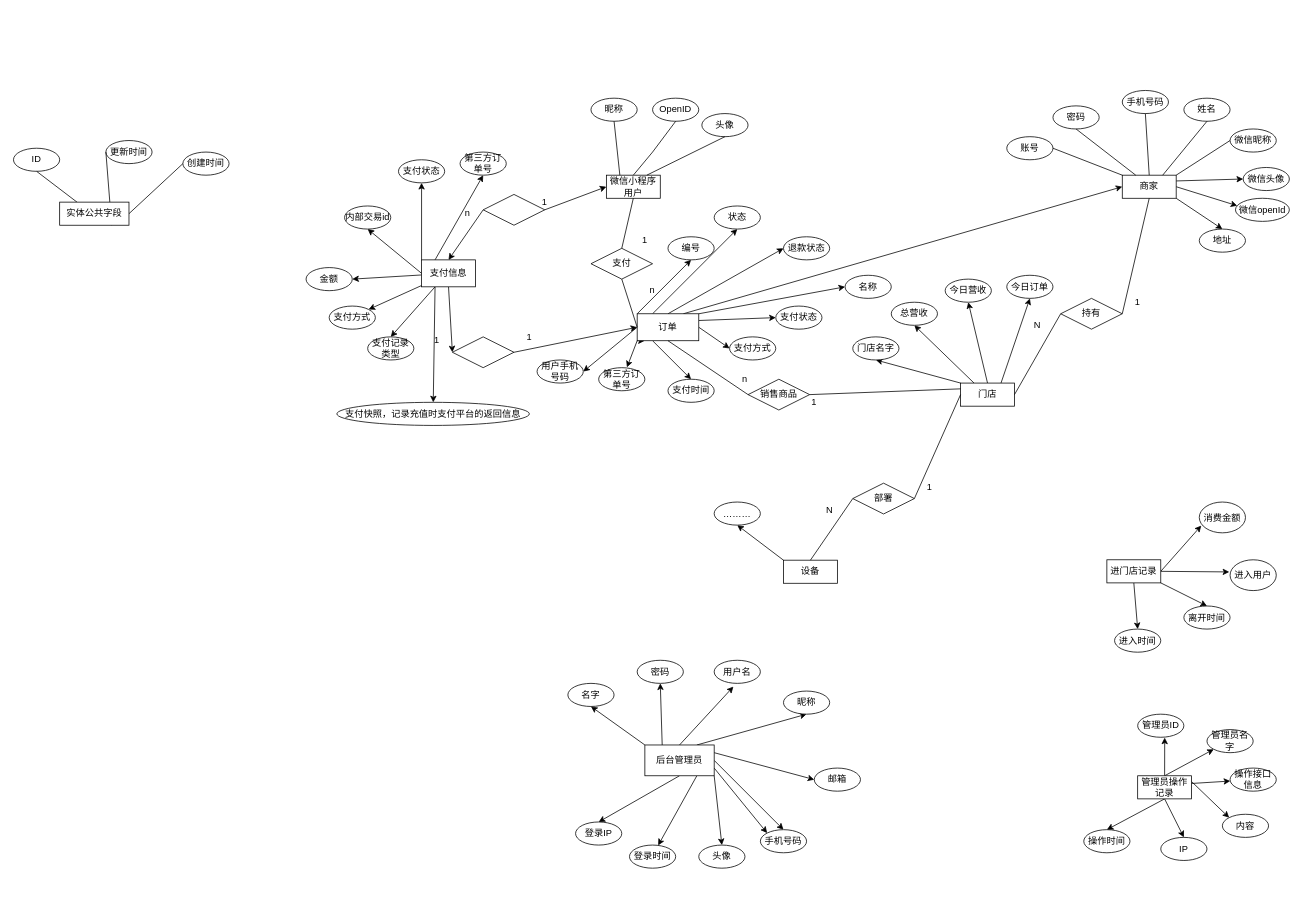
Before: 云值守.drawio in hxb-qwe/yunzhishou, a draw.io diagram. Source tidied: cells renumbered, new cells numbered last; positions are measured from the earlier drawing's top-left corner, leaving out a move shared by most shapes. Both pictures are drawn from the tidied source at 77%, with x=0, y=0 at pixel (13, 90).
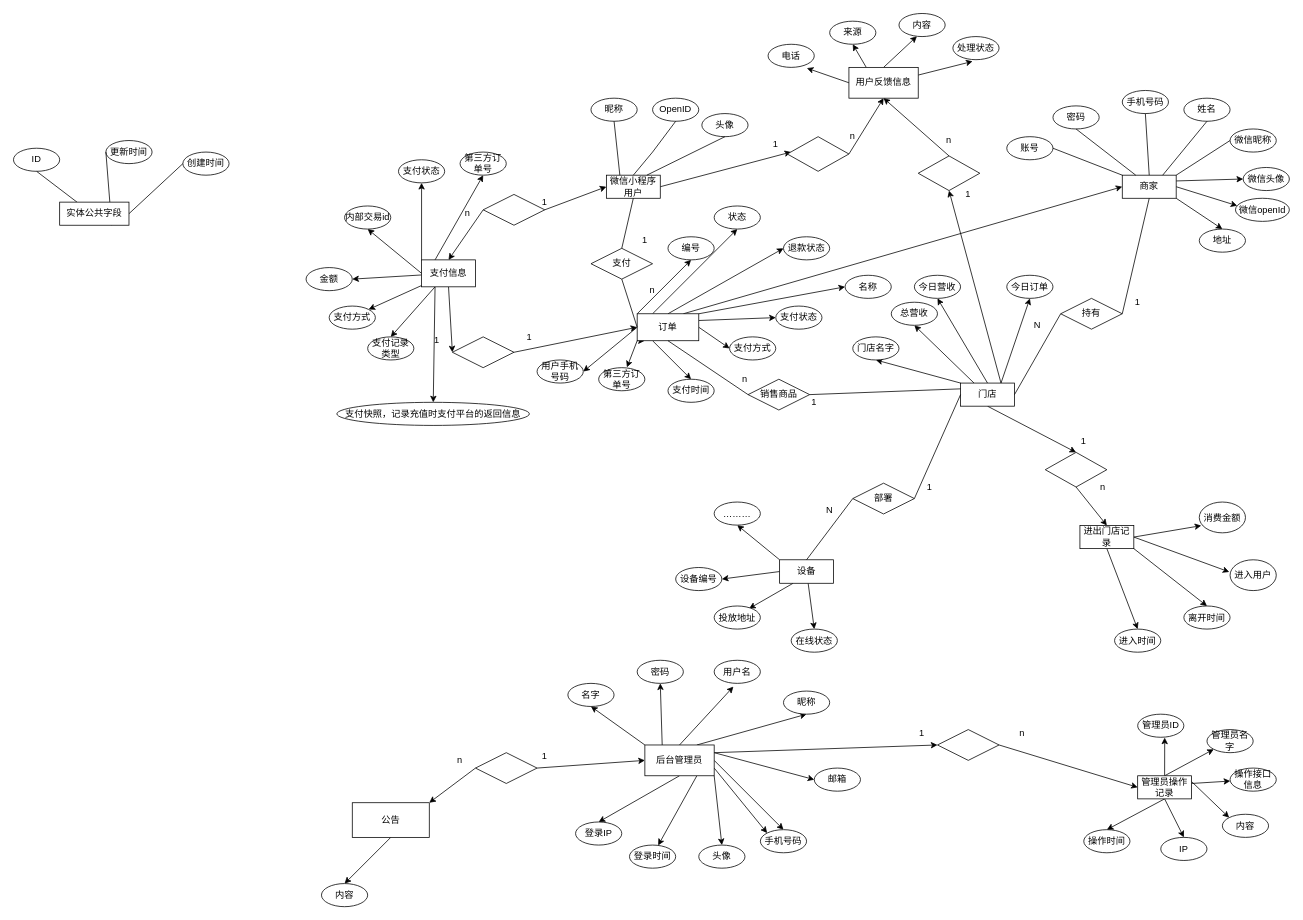
Above is the later version.

Commit message (it also covers changes not shown here):
更新云值守.drawio

Unchanged cells that the change refers to:
```xml
<mxCell id="2" value="微信小程序用户" style="rounded=0;whiteSpace=wrap;html=1;" parent="1" vertex="1">
  <mxGeometry x="770" y="110" width="70" height="30" as="geometry" />
</mxCell>
<mxCell id="11" value="门店" style="rounded=0;whiteSpace=wrap;html=1;" parent="1" vertex="1">
  <mxGeometry x="1230" y="380" width="70" height="30" as="geometry" />
</mxCell>
<mxCell id="66" value="后台管理员" style="rounded=0;whiteSpace=wrap;html=1;" parent="1" vertex="1">
  <mxGeometry x="820" y="850" width="90" height="40" as="geometry" />
</mxCell>
<mxCell id="122" value="管理员操作记录" style="rounded=0;whiteSpace=wrap;html=1;" parent="1" vertex="1">
  <mxGeometry x="1460" y="890" width="70" height="30" as="geometry" />
</mxCell>
```

What changed in the source:
```diff
@@
+    <mxCell id="155" style="edgeStyle=none;rounded=0;jettySize=auto;html=1;exitX=1;exitY=0.5;exitDx=0;exitDy=0;entryX=0.061;entryY=0.443;entryDx=0;entryDy=0;entryPerimeter=0;" parent="1" edge="1" source="2" target="176">
+      <mxGeometry relative="1" as="geometry" />
+    </mxCell>
@@
+    <mxCell id="156" style="edgeStyle=none;rounded=0;jettySize=auto;html=1;exitX=0.5;exitY=1;exitDx=0;exitDy=0;entryX=0.5;entryY=0;entryDx=0;entryDy=0;" parent="1" edge="1" source="11" target="168">
+      <mxGeometry relative="1" as="geometry" />
+    </mxCell>
+    <mxCell id="157" style="edgeStyle=none;rounded=0;jettySize=auto;html=1;exitX=0.75;exitY=0;exitDx=0;exitDy=0;entryX=0.5;entryY=1;entryDx=0;entryDy=0;" parent="1" edge="1" source="11" target="179">
+      <mxGeometry relative="1" as="geometry" />
+    </mxCell>
@@
+    <mxCell id="158" style="edgeStyle=none;rounded=0;jettySize=auto;html=1;exitX=0;exitY=0.5;exitDx=0;exitDy=0;entryX=1;entryY=0.5;entryDx=0;entryDy=0;" parent="1" edge="1" source="18" target="195">
+      <mxGeometry relative="1" as="geometry" />
+    </mxCell>
+    <mxCell id="159" style="edgeStyle=none;rounded=0;jettySize=auto;html=1;exitX=0.25;exitY=1;exitDx=0;exitDy=0;entryX=0.756;entryY=0.111;entryDx=0;entryDy=0;entryPerimeter=0;" parent="1" edge="1" source="18" target="196">
+      <mxGeometry relative="1" as="geometry" />
+    </mxCell>
+    <mxCell id="160" style="edgeStyle=none;rounded=0;jettySize=auto;html=1;entryX=0.5;entryY=0;entryDx=0;entryDy=0;" parent="1" edge="1" source="18" target="197">
+      <mxGeometry relative="1" as="geometry" />
+    </mxCell>
     <mxCell id="18" value="设备" style="rounded=0;whiteSpace=wrap;html=1;" parent="1" vertex="1">
-      <mxGeometry x="1000" y="610" width="70" height="30" as="geometry" />
+      <mxGeometry x="995" y="609.5" width="70" height="30.5" as="geometry" />
     </mxCell>
@@
     <mxCell id="53" value="今日营收" style="ellipse;whiteSpace=wrap;html=1;" parent="1" vertex="1">
-      <mxGeometry x="1210" y="245" width="60" height="30" as="geometry" />
+      <mxGeometry x="1170" y="240" width="60" height="30" as="geometry" />
     </mxCell>
@@
+    <mxCell id="161" style="edgeStyle=none;rounded=0;jettySize=auto;html=1;exitX=1;exitY=0.25;exitDx=0;exitDy=0;entryX=0;entryY=0.5;entryDx=0;entryDy=0;" parent="1" edge="1" source="66" target="172">
+      <mxGeometry relative="1" as="geometry" />
+    </mxCell>
@@
-    <mxCell id="111" value="进门店记录" style="rounded=0;whiteSpace=wrap;html=1;" parent="1" vertex="1">
-      <mxGeometry x="1420" y="609.5" width="70" height="30" as="geometry" />
+    <mxCell id="111" value="进出门店记录" style="rounded=0;whiteSpace=wrap;html=1;" parent="1" vertex="1">
+      <mxGeometry x="1385" y="565" width="70" height="30" as="geometry" />
     </mxCell>
@@
+    <mxCell id="162" style="edgeStyle=none;rounded=0;jettySize=auto;html=1;exitX=0;exitY=0.5;exitDx=0;exitDy=0;entryX=0.84;entryY=1.034;entryDx=0;entryDy=0;entryPerimeter=0;" parent="1" edge="1" source="166" target="177">
+      <mxGeometry relative="1" as="geometry" />
+    </mxCell>
+    <mxCell id="163" style="edgeStyle=none;rounded=0;jettySize=auto;html=1;exitX=0.25;exitY=0;exitDx=0;exitDy=0;entryX=0.5;entryY=1;entryDx=0;entryDy=0;" parent="1" edge="1" source="166" target="184">
+      <mxGeometry relative="1" as="geometry" />
+    </mxCell>
+    <mxCell id="164" style="edgeStyle=none;rounded=0;jettySize=auto;html=1;exitX=0.5;exitY=0;exitDx=0;exitDy=0;entryX=0.388;entryY=0.989;entryDx=0;entryDy=0;entryPerimeter=0;" parent="1" edge="1" source="166" target="185">
+      <mxGeometry relative="1" as="geometry" />
+    </mxCell>
+    <mxCell id="165" style="edgeStyle=none;rounded=0;jettySize=auto;html=1;exitX=1;exitY=0.25;exitDx=0;exitDy=0;entryX=0.426;entryY=1.074;entryDx=0;entryDy=0;entryPerimeter=0;" parent="1" edge="1" source="166" target="186">
+      <mxGeometry relative="1" as="geometry" />
+    </mxCell>
+    <mxCell id="166" value="用户反馈信息" style="rounded=0;whiteSpace=wrap;html=1;" parent="1" vertex="1">
+      <mxGeometry x="1085" y="-30" width="90" height="40" as="geometry" />
+    </mxCell>
+    <mxCell id="167" style="edgeStyle=none;rounded=0;jettySize=auto;html=1;exitX=0.5;exitY=1;exitDx=0;exitDy=0;entryX=0.5;entryY=0;entryDx=0;entryDy=0;" parent="1" edge="1" source="168" target="111">
+      <mxGeometry relative="1" as="geometry" />
+    </mxCell>
+    <mxCell id="168" style="rhombus;whiteSpace=wrap;html=1;" parent="1" vertex="1">
+      <mxGeometry x="1340" y="470" width="80" height="45" as="geometry" />
+    </mxCell>
+    <mxCell id="169" value="1" style="text;html=1;strokeColor=none;fillColor=none;align=center;verticalAlign=middle;whiteSpace=wrap;rounded=0;" parent="1" vertex="1">
+      <mxGeometry x="1360" y="440" width="60" height="30" as="geometry" />
+    </mxCell>
+    <mxCell id="170" value="n" style="text;html=1;strokeColor=none;fillColor=none;align=center;verticalAlign=middle;whiteSpace=wrap;rounded=0;" parent="1" vertex="1">
+      <mxGeometry x="1385" y="500" width="60" height="30" as="geometry" />
+    </mxCell>
+    <mxCell id="171" style="edgeStyle=none;rounded=0;jettySize=auto;html=1;exitX=1;exitY=0.5;exitDx=0;exitDy=0;entryX=0;entryY=0.5;entryDx=0;entryDy=0;" parent="1" edge="1" source="172" target="122">
+      <mxGeometry relative="1" as="geometry" />
+    </mxCell>
+    <mxCell id="172" style="rhombus;whiteSpace=wrap;html=1;" parent="1" vertex="1">
+      <mxGeometry x="1200" y="830" width="80" height="40" as="geometry" />
+    </mxCell>
+    <mxCell id="173" value="1" style="text;html=1;strokeColor=none;fillColor=none;align=center;verticalAlign=middle;whiteSpace=wrap;rounded=0;" parent="1" vertex="1">
+      <mxGeometry x="1150" y="820" width="60" height="30" as="geometry" />
+    </mxCell>
+    <mxCell id="174" value="n" style="text;html=1;strokeColor=none;fillColor=none;align=center;verticalAlign=middle;whiteSpace=wrap;rounded=0;" parent="1" vertex="1">
+      <mxGeometry x="1280" y="820" width="60" height="30" as="geometry" />
+    </mxCell>
+    <mxCell id="175" style="edgeStyle=none;rounded=0;jettySize=auto;html=1;exitX=1;exitY=0.5;exitDx=0;exitDy=0;entryX=0.5;entryY=1;entryDx=0;entryDy=0;" parent="1" edge="1" source="176" target="166">
+      <mxGeometry relative="1" as="geometry" />
+    </mxCell>
+    <mxCell id="176" style="rhombus;whiteSpace=wrap;html=1;" parent="1" vertex="1">
+      <mxGeometry x="1005" y="60" width="80" height="45" as="geometry" />
+    </mxCell>
+    <mxCell id="177" value="电话" style="ellipse;whiteSpace=wrap;html=1;" parent="1" vertex="1">
+      <mxGeometry x="980" y="-60" width="60" height="30" as="geometry" />
+    </mxCell>
+    <mxCell id="178" style="edgeStyle=none;rounded=0;jettySize=auto;html=1;exitX=0.5;exitY=0;exitDx=0;exitDy=0;" parent="1" edge="1" source="179">
+      <mxGeometry relative="1" as="geometry">
+        <mxPoint x="1130" y="10" as="targetPoint" />
+      </mxGeometry>
+    </mxCell>
+    <mxCell id="179" style="rhombus;whiteSpace=wrap;html=1;" parent="1" vertex="1">
+      <mxGeometry x="1175" y="85" width="80" height="45" as="geometry" />
+    </mxCell>
+    <mxCell id="180" value="1" style="text;html=1;strokeColor=none;fillColor=none;align=center;verticalAlign=middle;whiteSpace=wrap;rounded=0;" parent="1" vertex="1">
+      <mxGeometry x="960" y="55" width="60" height="30" as="geometry" />
+    </mxCell>
+    <mxCell id="181" value="n" style="text;html=1;strokeColor=none;fillColor=none;align=center;verticalAlign=middle;whiteSpace=wrap;rounded=0;" parent="1" vertex="1">
+      <mxGeometry x="1060" y="45" width="60" height="30" as="geometry" />
+    </mxCell>
+    <mxCell id="182" value="1" style="text;html=1;strokeColor=none;fillColor=none;align=center;verticalAlign=middle;whiteSpace=wrap;rounded=0;" parent="1" vertex="1">
+      <mxGeometry x="1210" y="120" width="60" height="30" as="geometry" />
+    </mxCell>
+    <mxCell id="183" value="n" style="text;html=1;strokeColor=none;fillColor=none;align=center;verticalAlign=middle;whiteSpace=wrap;rounded=0;" parent="1" vertex="1">
+      <mxGeometry x="1185" y="50" width="60" height="30" as="geometry" />
+    </mxCell>
+    <mxCell id="184" value="来源" style="ellipse;whiteSpace=wrap;html=1;" parent="1" vertex="1">
+      <mxGeometry x="1060" y="-90" width="60" height="30" as="geometry" />
+    </mxCell>
+    <mxCell id="185" value="内容" style="ellipse;whiteSpace=wrap;html=1;" parent="1" vertex="1">
+      <mxGeometry x="1150" y="-100" width="60" height="30" as="geometry" />
+    </mxCell>
+    <mxCell id="186" value="处理状态" style="ellipse;whiteSpace=wrap;html=1;" parent="1" vertex="1">
+      <mxGeometry x="1220" y="-70" width="60" height="30" as="geometry" />
+    </mxCell>
+    <mxCell id="187" style="edgeStyle=none;rounded=0;jettySize=auto;html=1;exitX=0.5;exitY=1;exitDx=0;exitDy=0;entryX=0.5;entryY=0;entryDx=0;entryDy=0;" parent="1" edge="1" source="188" target="194">
+      <mxGeometry relative="1" as="geometry" />
+    </mxCell>
+    <mxCell id="188" value="公告" style="rounded=0;whiteSpace=wrap;html=1;" parent="1" vertex="1">
+      <mxGeometry x="440" y="925" width="100" height="45" as="geometry" />
+    </mxCell>
+    <mxCell id="189" style="edgeStyle=none;rounded=0;jettySize=auto;html=1;exitX=0;exitY=0.5;exitDx=0;exitDy=0;entryX=1;entryY=0;entryDx=0;entryDy=0;" parent="1" edge="1" source="191" target="188">
+      <mxGeometry relative="1" as="geometry" />
+    </mxCell>
+    <mxCell id="190" style="edgeStyle=none;rounded=0;jettySize=auto;html=1;exitX=1;exitY=0.5;exitDx=0;exitDy=0;entryX=0;entryY=0.5;entryDx=0;entryDy=0;" parent="1" edge="1" source="191" target="66">
+      <mxGeometry relative="1" as="geometry" />
+    </mxCell>
+    <mxCell id="191" style="rhombus;whiteSpace=wrap;html=1;" parent="1" vertex="1">
+      <mxGeometry x="600" y="860" width="80" height="40" as="geometry" />
+    </mxCell>
+    <mxCell id="192" value="1" style="text;html=1;strokeColor=none;fillColor=none;align=center;verticalAlign=middle;whiteSpace=wrap;rounded=0;" parent="1" vertex="1">
+      <mxGeometry x="660" y="850" width="60" height="30" as="geometry" />
+    </mxCell>
+    <mxCell id="193" value="n" style="text;html=1;strokeColor=none;fillColor=none;align=center;verticalAlign=middle;whiteSpace=wrap;rounded=0;" parent="1" vertex="1">
+      <mxGeometry x="550" y="855" width="60" height="30" as="geometry" />
+    </mxCell>
+    <mxCell id="194" value="内容" style="ellipse;whiteSpace=wrap;html=1;" parent="1" vertex="1">
+      <mxGeometry x="400" y="1030" width="60" height="30" as="geometry" />
+    </mxCell>
+    <mxCell id="195" value="设备编号" style="ellipse;whiteSpace=wrap;html=1;" parent="1" vertex="1">
+      <mxGeometry x="860" y="619.5" width="60" height="30" as="geometry" />
+    </mxCell>
+    <mxCell id="196" value="投放地址" style="ellipse;whiteSpace=wrap;html=1;" parent="1" vertex="1">
+      <mxGeometry x="910" y="669.5" width="60" height="30" as="geometry" />
+    </mxCell>
+    <mxCell id="197" value="在线状态" style="ellipse;whiteSpace=wrap;html=1;" parent="1" vertex="1">
+      <mxGeometry x="1010" y="699.5" width="60" height="30" as="geometry" />
+    </mxCell>
```
